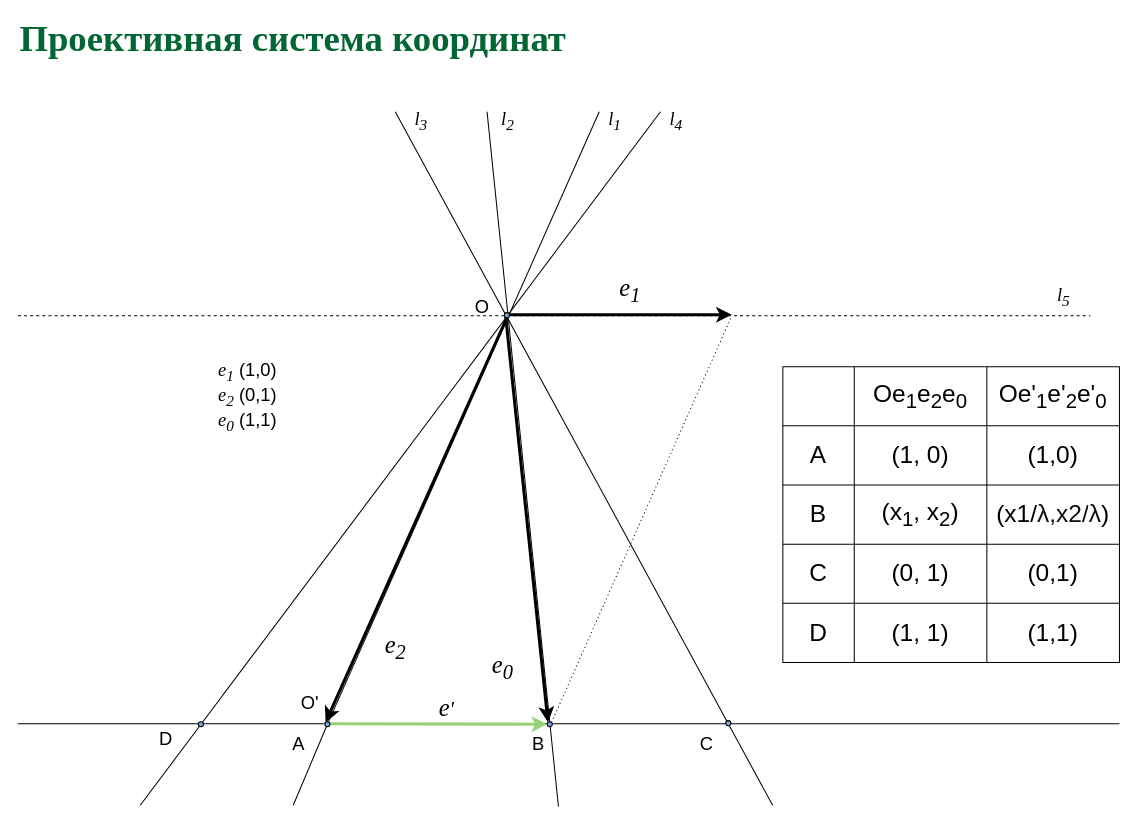
Above: page "p19" (24 of 24) of slides/proj.drawio in amcp-pit/geom_course (draw.io), before the change. Source tidied: cells renumbered, new cells numbered last; positions are measured from the earlier drawing's top-left corner, leaving out a move shared by most shapes. Both pictures are drawn from the tidied source at 102%, with x=0, y=0 at pixel (17, 29).
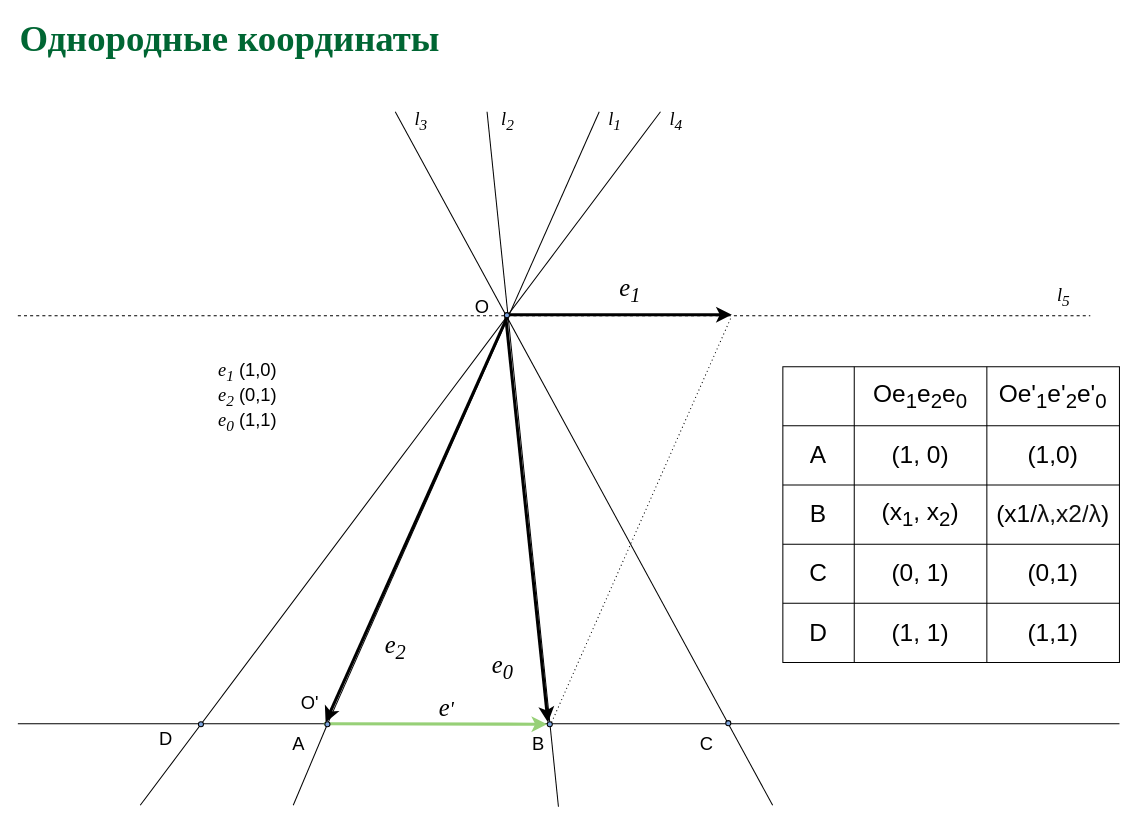
The same diagram, later.

The edit, as a diff of the source:
```diff
@@
-    <mxCell id="56" value="&lt;font color=&quot;#006633&quot; face=&quot;garamond&quot;&gt;&lt;span style=&quot;font-size: 36px&quot;&gt;&lt;b&gt;Проективная система координат&lt;/b&gt;&lt;/span&gt;&lt;/font&gt;" style="text;html=1;align=left;verticalAlign=middle;whiteSpace=wrap;rounded=0;" parent="1" vertex="1">
+    <mxCell id="56" value="&lt;font color=&quot;#006633&quot; face=&quot;garamond&quot;&gt;&lt;span style=&quot;font-size: 36px&quot;&gt;&lt;b&gt;Однородные координаты&lt;/b&gt;&lt;/span&gt;&lt;/font&gt;" style="text;html=1;align=left;verticalAlign=middle;whiteSpace=wrap;rounded=0;" parent="1" vertex="1">
       <mxGeometry width="920" height="20" as="geometry" />
     </mxCell>
```
